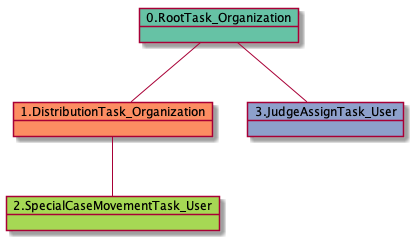
Before: docs-DR/uml/RTO.DTO.SCMTU.JATU-41963.png, a diagram exported from PlantUML (yoomlam/graphing). The source it was exported from:
```plantuml
@startuml
object 0.RootTask_Organization #66c2a5
object 1.DistributionTask_Organization #fc8d62
object 2.SpecialCaseMovementTask_User #a6d854
object 3.JudgeAssignTask_User #8da0cb
0.RootTask_Organization -- 1.DistributionTask_Organization
1.DistributionTask_Organization -- 2.SpecialCaseMovementTask_User
0.RootTask_Organization -- 3.JudgeAssignTask_User
@enduml
```
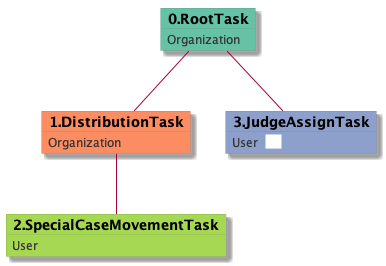
The same file after the commit.

Diff of the diagram source:
```diff
@@ -1,9 +1,25 @@
 @startuml
-object 0.RootTask_Organization #66c2a5
-object 1.DistributionTask_Organization #fc8d62
-object 2.SpecialCaseMovementTask_User #a6d854
-object 3.JudgeAssignTask_User #8da0cb
-0.RootTask_Organization -- 1.DistributionTask_Organization
-1.DistributionTask_Organization -- 2.SpecialCaseMovementTask_User
-0.RootTask_Organization -- 3.JudgeAssignTask_User
+skinparam {
+  ObjectBorderColor #555
+  ObjectBorderThickness 0
+  ObjectFontStyle bold
+  ObjectFontSize 14
+  ObjectAttributeFontColor #333
+  ObjectAttributeFontSize 12
+}
+  object 0.RootTask #66c2a5 {
+Organization
+}
+  object 1.DistributionTask #fc8d62 {
+Organization
+}
+  object 2.SpecialCaseMovementTask #a6d854 {
+User
+}
+  object 3.JudgeAssignTask #8da0cb {
+User  <back:white>    </back>
+}
+0.RootTask -- 1.DistributionTask
+1.DistributionTask -- 2.SpecialCaseMovementTask
+0.RootTask -- 3.JudgeAssignTask
 @enduml
```
